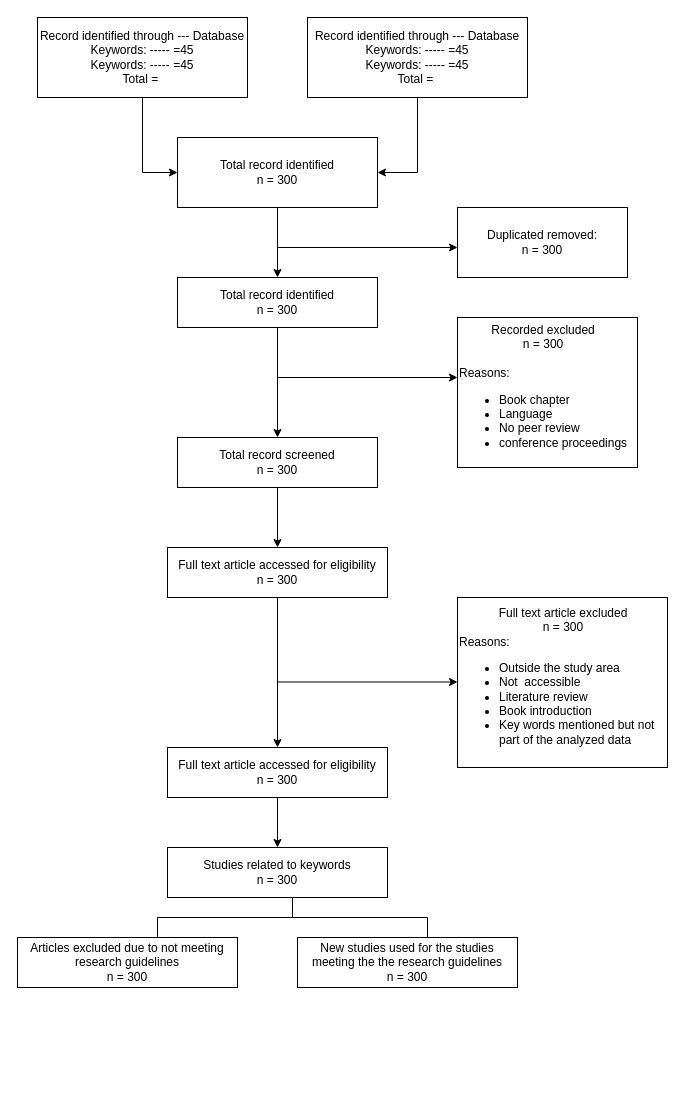
The draw.io diagram systematic flow.drawio in yemioke/PRISMA2020, before the edit. Source tidied: cells renumbered, new cells numbered last; positions are measured from the earlier drawing's top-left corner, leaving out a move shared by most shapes. Both pictures are drawn from the tidied source at 100%, with x=0, y=0 at pixel (17, 17).
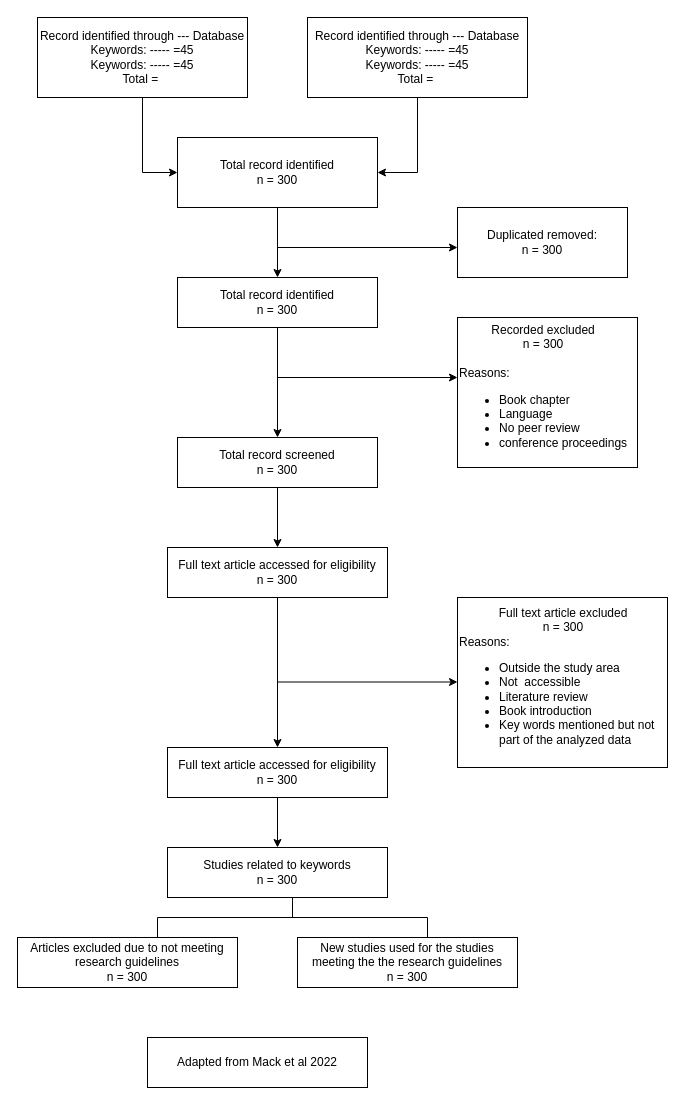
The same page after the edit.

What changed in the source:
```diff
@@
+    <mxCell id="26" value="&lt;div&gt;Adapted from Mack et al 2022&lt;/div&gt;" style="rounded=0;whiteSpace=wrap;html=1;" parent="1" vertex="1">
+      <mxGeometry x="130" y="1020" width="220" height="50" as="geometry" />
+    </mxCell>
```
